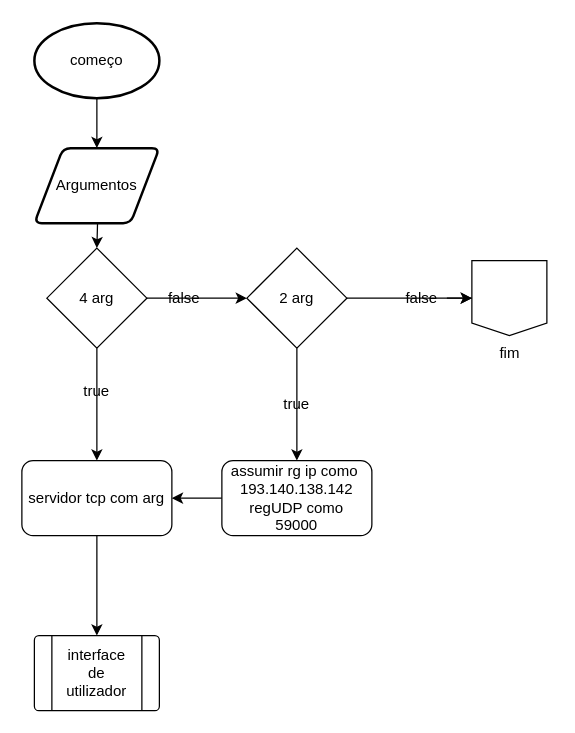
Earlier version of the draw.io diagram page "Start and arg" (1 of 3) of RCI_proj.drawio (WoneBone/RCI). Source tidied: cells renumbered, new cells numbered last; positions are measured from the earlier drawing's top-left corner, leaving out a move shared by most shapes. Both pictures are drawn from the tidied source at 125%, with x=0, y=0 at pixel (21, 22).
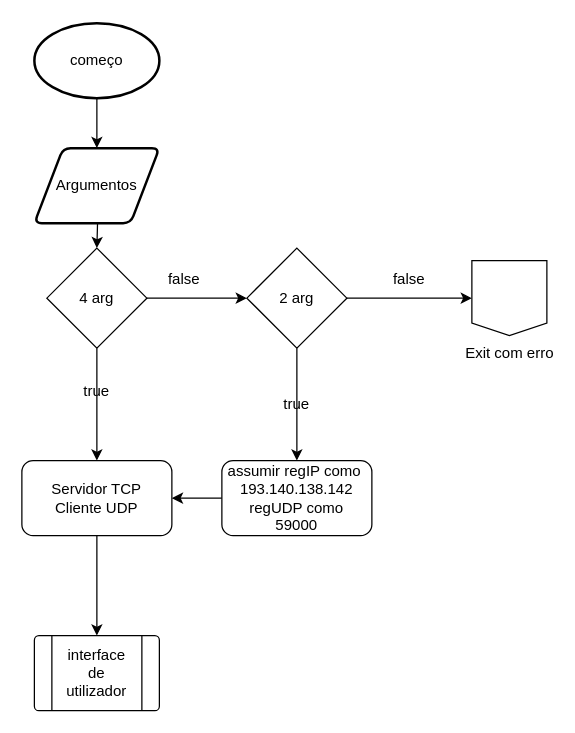
Above is the later version.

Diff of the diagram source:
```diff
@@
-    <mxCell id="10" value="servidor tcp com arg" style="rounded=1;whiteSpace=wrap;html=1;" parent="1" vertex="1">
+    <mxCell id="10" value="&lt;div&gt;Servidor TCP&lt;/div&gt;&lt;div&gt;Cliente UDP&lt;br&gt;&lt;/div&gt;" style="rounded=1;whiteSpace=wrap;html=1;" parent="1" vertex="1">
       <mxGeometry y="350" width="120" height="60" as="geometry" />
     </mxCell>
@@
-    <mxCell id="12" value="assumir rg ip como&amp;nbsp;&lt;br&gt;193.140.138.142&lt;br&gt;regUDP como&lt;br&gt;59000" style="rounded=1;whiteSpace=wrap;html=1;" parent="1" vertex="1">
+    <mxCell id="12" value="assumir regIP como&amp;nbsp;&lt;br&gt;193.140.138.142&lt;br&gt;regUDP como&lt;br&gt;59000" style="rounded=1;whiteSpace=wrap;html=1;" parent="1" vertex="1">
       <mxGeometry x="160" y="350" width="120" height="60" as="geometry" />
     </mxCell>
     <mxCell id="13" value="false" style="text;html=1;strokeColor=none;fillColor=none;align=center;verticalAlign=middle;whiteSpace=wrap;rounded=0;" parent="1" vertex="1">
-      <mxGeometry x="100" y="205" width="60" height="30" as="geometry" />
+      <mxGeometry x="100" y="190" width="60" height="30" as="geometry" />
     </mxCell>
@@
-    <mxCell id="15" style="edgeStyle=orthogonalEdgeStyle;rounded=0;jettySize=auto;html=1;" parent="1" edge="1" source="16" target="21">
-      <mxGeometry relative="1" as="geometry" />
-    </mxCell>
     <mxCell id="16" value="false" style="text;html=1;strokeColor=none;fillColor=none;align=center;verticalAlign=middle;whiteSpace=wrap;rounded=0;" parent="1" vertex="1">
-      <mxGeometry x="290" y="205" width="60" height="30" as="geometry" />
+      <mxGeometry x="280" y="190" width="60" height="30" as="geometry" />
     </mxCell>
@@
-    <mxCell id="21" value="fim" style="verticalLabelPosition=bottom;verticalAlign=top;html=1;shape=offPageConnector;rounded=0;size=0.16666666666666666;" parent="1" vertex="1">
+    <mxCell id="21" value="&lt;div&gt;Exit com erro&lt;/div&gt;&lt;div&gt;&lt;br&gt;&lt;/div&gt;" style="verticalLabelPosition=bottom;verticalAlign=top;html=1;shape=offPageConnector;rounded=0;size=0.16666666666666666;" parent="1" vertex="1">
       <mxGeometry x="360" y="190" width="60" height="60" as="geometry" />
     </mxCell>
```
